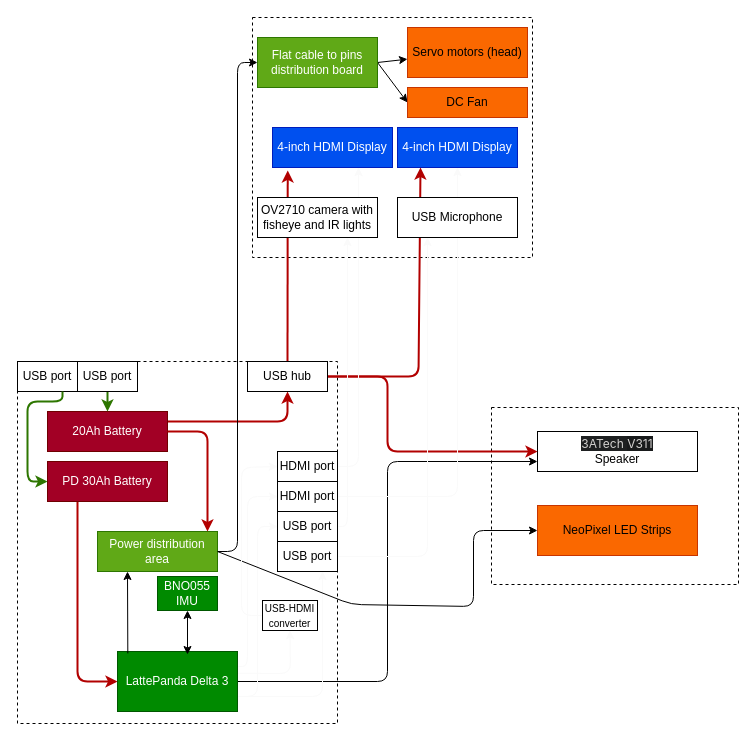
Above: Planning/Hardware.drawio in MekhyW/DYNAMO-Electronic_Fursuit-2.0 (draw.io), before the change. Source tidied: cells renumbered, new cells numbered last; positions are measured from the earlier drawing's top-left corner, leaving out a move shared by most shapes. Both pictures are drawn from the tidied source at 100%, with x=0, y=0 at pixel (17, 17).
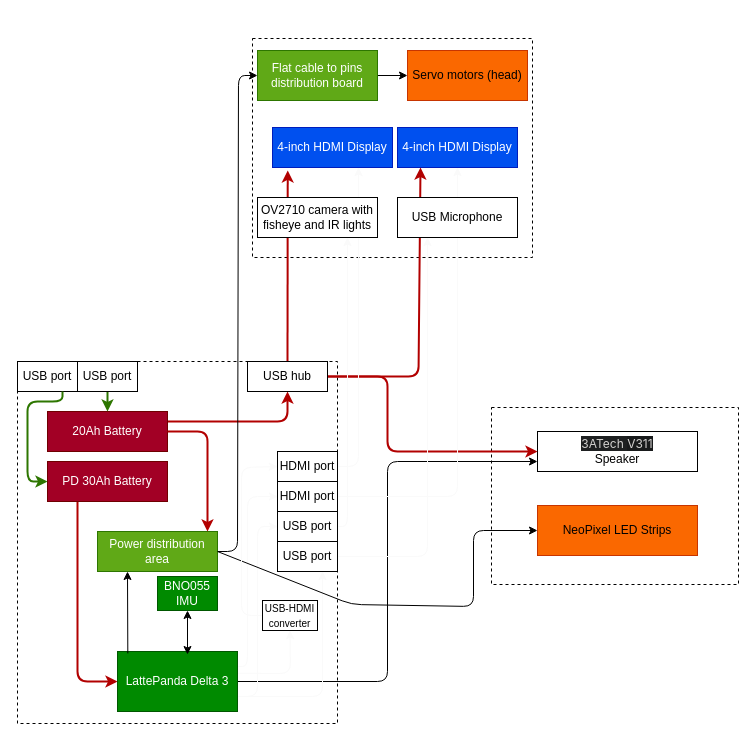
The same page after the edit.

The change refers to these unchanged cells:
```xml
<mxCell id="22" value="Power distribution area" style="rounded=0;whiteSpace=wrap;html=1;fillColor=#60a917;fontColor=#ffffff;strokeColor=#2D7600;" parent="1" vertex="1">
  <mxGeometry x="80" y="514" width="120" height="40" as="geometry" />
</mxCell>
```

What changed in the source:
```diff
@@
     <mxCell id="2" style="rounded=0;whiteSpace=wrap;html=1;dashed=1;" parent="1" vertex="1">
-      <mxGeometry x="235" width="280" height="240" as="geometry" />
+      <mxGeometry x="235" y="21" width="280" height="219" as="geometry" />
     </mxCell>
@@
-    <mxCell id="4" style="edgeStyle=none;html=1;exitX=1;exitY=0.5;exitDx=0;exitDy=0;entryX=0;entryY=0.5;entryDx=0;entryDy=0;" parent="1" edge="1" source="5" target="28">
-      <mxGeometry relative="1" as="geometry" />
-    </mxCell>
     <mxCell id="5" value="Flat cable to pins distribution board" style="rounded=0;whiteSpace=wrap;html=1;fillColor=#60a917;fontColor=#ffffff;strokeColor=#2D7600;" parent="1" vertex="1">
-      <mxGeometry x="240" y="20" width="120" height="50" as="geometry" />
+      <mxGeometry x="240" y="33" width="120" height="50" as="geometry" />
     </mxCell>
     <mxCell id="6" value="Servo motors (head)" style="rounded=0;whiteSpace=wrap;html=1;fillColor=#fa6800;fontColor=#000000;strokeColor=#C73500;" parent="1" vertex="1">
-      <mxGeometry x="390" y="10" width="120" height="50" as="geometry" />
+      <mxGeometry x="390" y="33" width="120" height="50" as="geometry" />
     </mxCell>
@@
     <mxCell id="21" style="edgeStyle=none;html=1;exitX=1;exitY=0.5;exitDx=0;exitDy=0;entryX=0;entryY=0.5;entryDx=0;entryDy=0;" parent="1" edge="1" source="22" target="5">
       <mxGeometry relative="1" as="geometry">
         <Array as="points">
           <mxPoint x="220" y="534" />
-          <mxPoint x="220" y="45" />
+          <mxPoint x="221" y="58" />
         </Array>
       </mxGeometry>
     </mxCell>
@@
-    <mxCell id="28" value="DC Fan" style="rounded=0;whiteSpace=wrap;html=1;fillColor=#fa6800;fontColor=#000000;strokeColor=#C73500;" parent="1" vertex="1">
-      <mxGeometry x="390" y="70" width="120" height="30" as="geometry" />
-    </mxCell>
```
